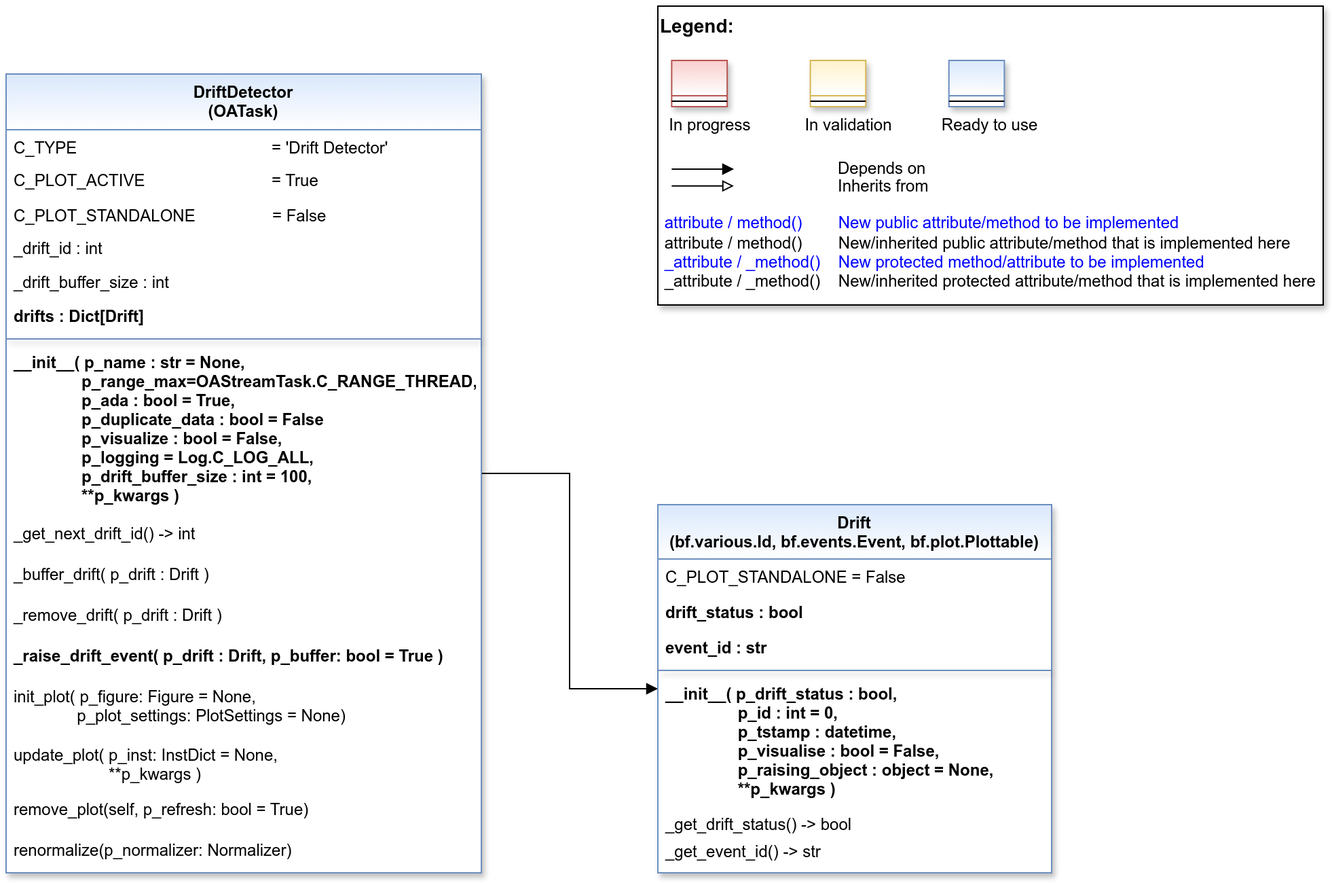
Before: doc/rtd/content/99_appendices/appendix2/sub/mlpro_oa/streams/40_drift_detection/images/MLPro-OA-Drift-Detectors_class_diagram.drawio.png, a diagram exported from draw.io (fhswf/MLPro). Source tidied: cells renumbered, new cells last; positions are measured from the earlier drawing's top-left corner, leaving out a move shared by most shapes.
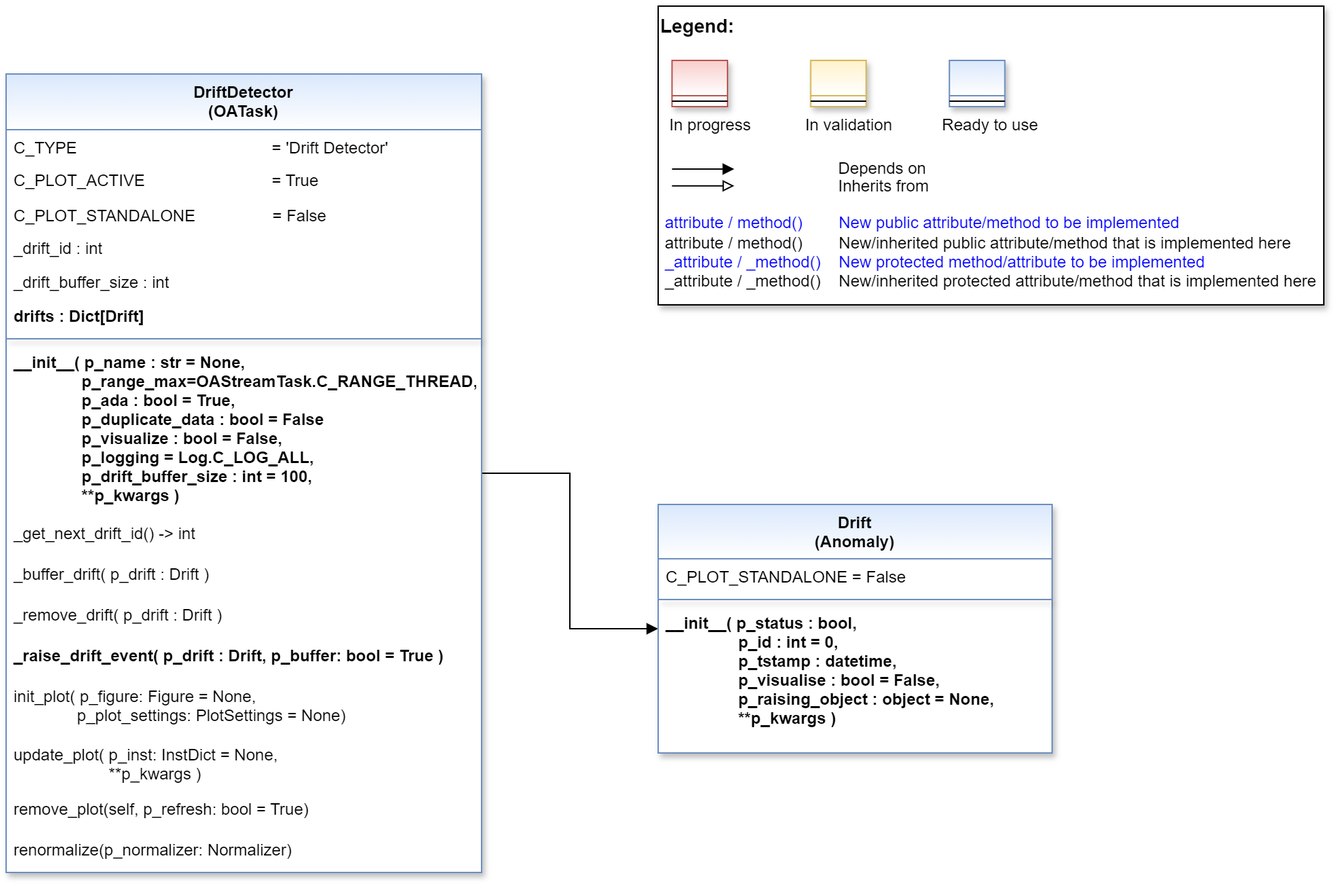
After the change.

What changed in the source:
```diff
@@ -97,29 +97,17 @@
     <mxCell id="29" value="renormalize(p_normalizer: Normalizer) " style="text;align=left;verticalAlign=top;spacingLeft=4;spacingRight=4;overflow=hidden;shadow=1;fontStyle=0;" parent="13" vertex="1">
       <mxGeometry y="558" width="350" height="30" as="geometry" />
     </mxCell>
-    <mxCell id="30" value="Drift&#10;(bf.various.Id, bf.events.Event, bf.plot.Plottable)" style="swimlane;fontStyle=1;align=center;verticalAlign=top;horizontal=1;startSize=40;rounded=0;shadow=1;strokeWidth=1;fillColor=#dae8fc;strokeColor=#6c8ebf;swimlaneFillColor=#ffffff;fontFamily=Helvetica;fontSize=12;gradientColor=#FFFFFF;" parent="1" vertex="1">
-      <mxGeometry x="480" y="367" width="290" height="271" as="geometry" />
+    <mxCell id="30" value="Drift&#10;(Anomaly)" style="swimlane;fontStyle=1;align=center;verticalAlign=top;horizontal=1;startSize=40;rounded=0;shadow=1;strokeWidth=1;fillColor=#dae8fc;strokeColor=#6c8ebf;swimlaneFillColor=#ffffff;fontFamily=Helvetica;fontSize=12;gradientColor=#FFFFFF;" parent="1" vertex="1">
+      <mxGeometry x="480" y="367" width="290" height="183" as="geometry" />
     </mxCell>
     <mxCell id="31" value="C_PLOT_STANDALONE = False" style="text;align=left;verticalAlign=top;spacingLeft=4;spacingRight=4;overflow=hidden;" parent="30" vertex="1">
       <mxGeometry y="40" width="290" height="26" as="geometry" />
     </mxCell>
-    <mxCell id="32" value="drift_status : bool" style="text;align=left;verticalAlign=top;spacingLeft=4;spacingRight=4;overflow=hidden;fontStyle=1;" parent="30" vertex="1">
-      <mxGeometry y="66" width="290" height="26" as="geometry" />
+    <mxCell id="32" style="line;html=1;strokeWidth=1;align=center;verticalAlign=top;spacingTop=-1;spacingLeft=3;spacingRight=3;labelPosition=right;rounded=0;shadow=1;strokeColor=#6c8ebf;swimlaneFillColor=#ffffff;fontFamily=Helvetica;fontSize=12;fontColor=default;fontStyle=1;fillColor=#dae8fc;gradientColor=#ffffff;" parent="30" vertex="1">
+      <mxGeometry y="66" width="290" height="8" as="geometry" />
     </mxCell>
-    <mxCell id="33" value="event_id : str" style="text;align=left;verticalAlign=top;spacingLeft=4;spacingRight=4;overflow=hidden;fontStyle=1;" parent="30" vertex="1">
-      <mxGeometry y="92" width="290" height="26" as="geometry" />
+    <mxCell id="33" value="__init__( p_status : bool,&#10;                p_id : int = 0,&#10;                p_tstamp : datetime,&#10;                p_visualise : bool = False,&#10;                p_raising_object : object = None,&#10;                **p_kwargs )" style="text;align=left;verticalAlign=top;spacingLeft=4;spacingRight=4;overflow=hidden;fontStyle=1;" parent="30" vertex="1">
+      <mxGeometry y="74" width="290" height="96" as="geometry" />
     </mxCell>
-    <mxCell id="34" style="line;html=1;strokeWidth=1;align=center;verticalAlign=top;spacingTop=-1;spacingLeft=3;spacingRight=3;labelPosition=right;rounded=0;shadow=1;strokeColor=#6c8ebf;swimlaneFillColor=#ffffff;fontFamily=Helvetica;fontSize=12;fontColor=default;fontStyle=1;fillColor=#dae8fc;gradientColor=#ffffff;" parent="30" vertex="1">
-      <mxGeometry y="118" width="290" height="8" as="geometry" />
-    </mxCell>
-    <mxCell id="35" value="__init__( p_drift_status : bool,&#10;                p_id : int = 0,&#10;                p_tstamp : datetime,&#10;                p_visualise : bool = False,&#10;                p_raising_object : object = None,&#10;                **p_kwargs )" style="text;align=left;verticalAlign=top;spacingLeft=4;spacingRight=4;overflow=hidden;fontStyle=1;" parent="30" vertex="1">
-      <mxGeometry y="126" width="290" height="96" as="geometry" />
-    </mxCell>
-    <mxCell id="36" value="_get_drift_status() -&gt; bool" style="text;align=left;verticalAlign=top;spacingLeft=4;spacingRight=4;overflow=hidden;" parent="30" vertex="1">
-      <mxGeometry y="222" width="290" height="20" as="geometry" />
-    </mxCell>
-    <mxCell id="37" value="_get_event_id() -&gt; str" style="text;align=left;verticalAlign=top;spacingLeft=4;spacingRight=4;overflow=hidden;" parent="30" vertex="1">
-      <mxGeometry y="242" width="290" height="20" as="geometry" />
-    </mxCell>
   </root>
 </mxGraphModel>
```
